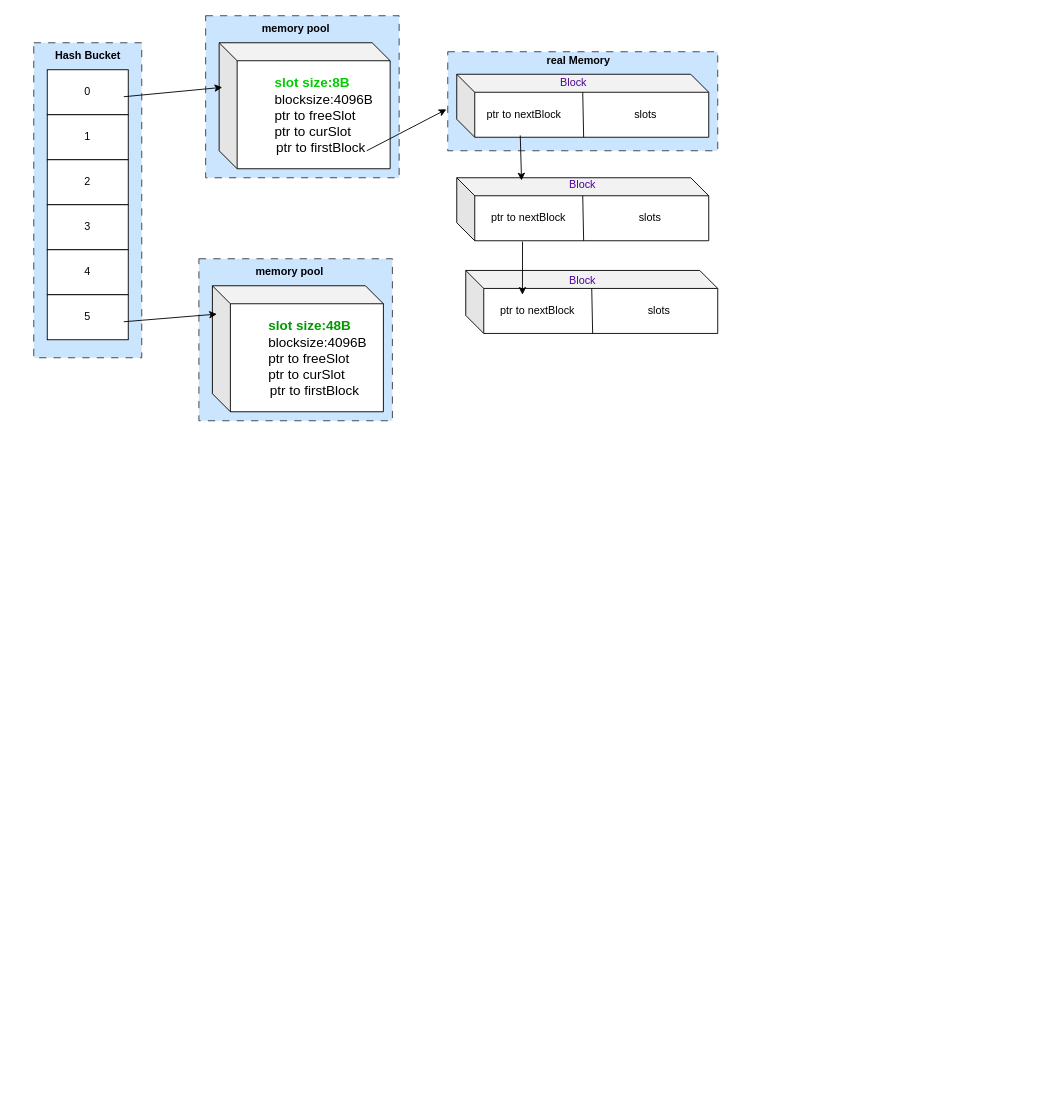
This is 内存池框架.drawio from fanxiaofang/cpp_study, a draw.io file, before an edit. Source tidied: cells renumbered, new cells numbered last; positions are measured from the earlier drawing's top-left corner, leaving out a move shared by most shapes. Both pictures are drawn from the tidied source at 90%, with x=0, y=0 at pixel (33, 15).
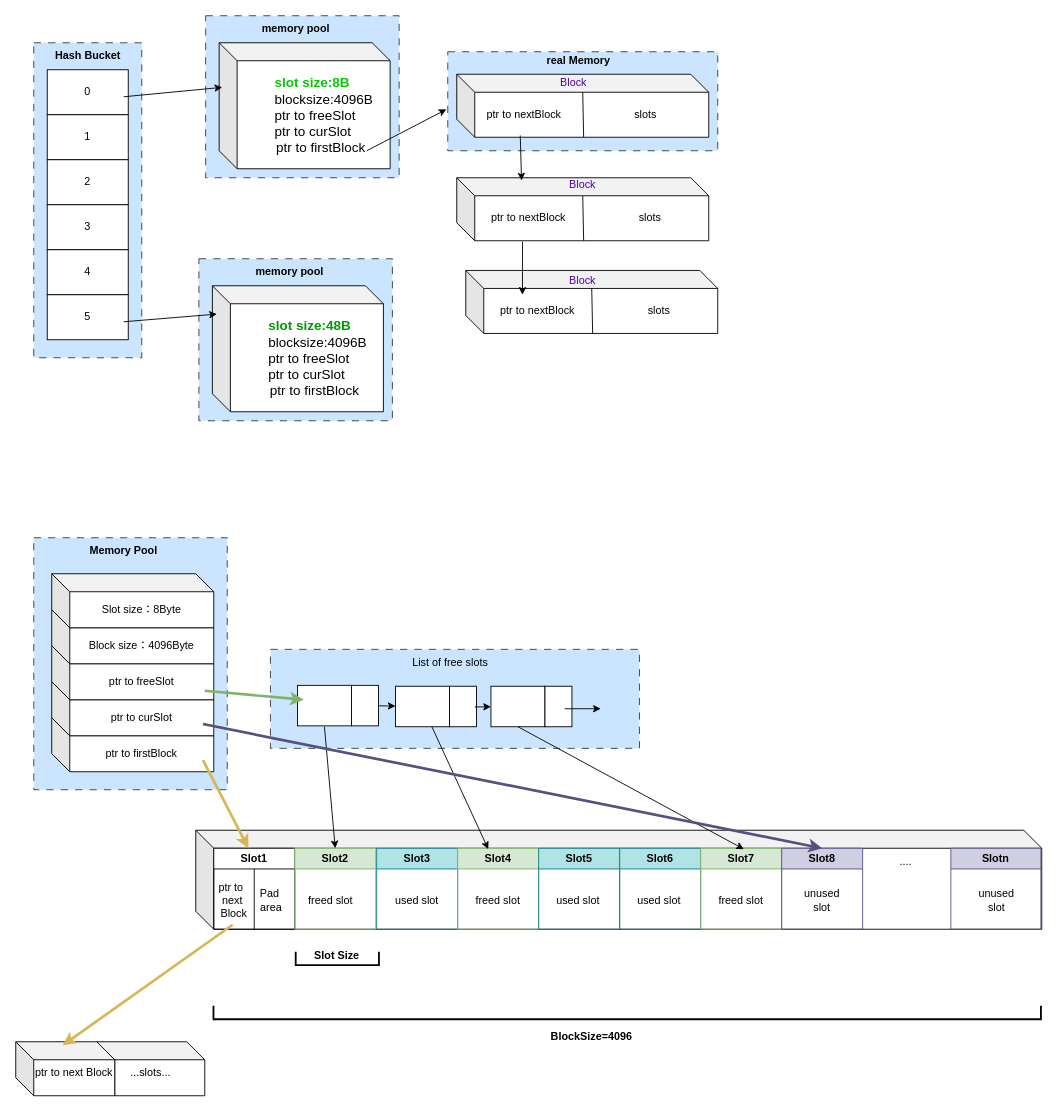
After the change.

Commit message:
Update 内存池框架.drawio

What changed in the source:
```diff
@@
+    <mxCell id="38" style="rounded=0;whiteSpace=wrap;html=1;dashed=1;dashPattern=8 8;strokeColor=#36393d;align=center;verticalAlign=middle;fontFamily=Helvetica;fontSize=12;fillColor=#cce5ff;" parent="1" vertex="1">
+      <mxGeometry y="580" width="215" height="280" as="geometry" />
+    </mxCell>
+    <mxCell id="39" value="ptr to firstBlock" style="shape=cube;whiteSpace=wrap;html=1;boundedLbl=1;backgroundOutline=1;darkOpacity=0.05;darkOpacity2=0.1;" parent="1" vertex="1">
+      <mxGeometry x="20" y="780" width="180" height="60" as="geometry" />
+    </mxCell>
+    <mxCell id="40" value="ptr to curSlot" style="shape=cube;whiteSpace=wrap;html=1;boundedLbl=1;backgroundOutline=1;darkOpacity=0.05;darkOpacity2=0.1;" parent="1" vertex="1">
+      <mxGeometry x="20" y="740" width="180" height="60" as="geometry" />
+    </mxCell>
+    <mxCell id="41" value="ptr to freeSlot" style="shape=cube;whiteSpace=wrap;html=1;boundedLbl=1;backgroundOutline=1;darkOpacity=0.05;darkOpacity2=0.1;" parent="1" vertex="1">
+      <mxGeometry x="20" y="700" width="180" height="60" as="geometry" />
+    </mxCell>
+    <mxCell id="42" value="Block size：4096Byte" style="shape=cube;whiteSpace=wrap;html=1;boundedLbl=1;backgroundOutline=1;darkOpacity=0.05;darkOpacity2=0.1;" parent="1" vertex="1">
+      <mxGeometry x="20" y="660" width="180" height="60" as="geometry" />
+    </mxCell>
+    <mxCell id="43" value="Slot size：8Byte" style="shape=cube;whiteSpace=wrap;html=1;boundedLbl=1;backgroundOutline=1;darkOpacity=0.05;darkOpacity2=0.1;" parent="1" vertex="1">
+      <mxGeometry x="20" y="620" width="180" height="60" as="geometry" />
+    </mxCell>
+    <mxCell id="44" value="Memory Pool" style="text;html=1;align=center;verticalAlign=middle;whiteSpace=wrap;rounded=0;fontStyle=1;" parent="1" vertex="1">
+      <mxGeometry x="60" y="580" width="80" height="30" as="geometry" />
+    </mxCell>
+    <mxCell id="45" style="rounded=0;whiteSpace=wrap;html=1;dashed=1;dashPattern=8 8;strokeColor=#36393d;align=center;verticalAlign=middle;fontFamily=Helvetica;fontSize=12;fillColor=#cce5ff;" parent="1" vertex="1">
+      <mxGeometry x="263" y="704" width="410" height="110" as="geometry" />
+    </mxCell>
+    <mxCell id="46" style="rounded=0;whiteSpace=wrap;html=1;" parent="1" vertex="1">
+      <mxGeometry x="293" y="744" width="60" height="45" as="geometry" />
+    </mxCell>
+    <mxCell id="47" value="List of free slots" style="text;html=1;align=center;verticalAlign=middle;whiteSpace=wrap;rounded=0;" parent="1" vertex="1">
+      <mxGeometry x="413" y="704" width="100" height="30" as="geometry" />
+    </mxCell>
+    <mxCell id="48" style="rounded=0;whiteSpace=wrap;html=1;" parent="1" vertex="1">
+      <mxGeometry x="353" y="744" width="30" height="45" as="geometry" />
+    </mxCell>
+    <mxCell id="49" style="shape=cube;whiteSpace=wrap;html=1;boundedLbl=1;backgroundOutline=1;darkOpacity=0.05;darkOpacity2=0.1;" parent="1" vertex="1">
+      <mxGeometry x="180" y="905" width="940" height="110" as="geometry" />
+    </mxCell>
+    <mxCell id="50" value="Slot1" style="swimlane;whiteSpace=wrap;html=1;" parent="1" vertex="1">
+      <mxGeometry x="200" y="925" width="90" height="90" as="geometry" />
+    </mxCell>
+    <mxCell id="51" value="Slot2" style="swimlane;whiteSpace=wrap;html=1;fillColor=#d5e8d4;strokeColor=#82b366;" parent="1" vertex="1">
+      <mxGeometry x="290" y="925" width="90" height="90" as="geometry" />
+    </mxCell>
+    <mxCell id="52" value="freed slot" style="text;html=1;align=center;verticalAlign=middle;whiteSpace=wrap;rounded=0;" parent="51" vertex="1">
+      <mxGeometry x="10" y="43" width="60" height="30" as="geometry" />
+    </mxCell>
+    <mxCell id="53" value="Slot3" style="swimlane;whiteSpace=wrap;html=1;fillColor=#b0e3e6;strokeColor=#0e8088;" parent="1" vertex="1">
+      <mxGeometry x="381" y="925" width="90" height="90" as="geometry" />
+    </mxCell>
+    <mxCell id="54" value="used slot" style="text;html=1;align=center;verticalAlign=middle;whiteSpace=wrap;rounded=0;" parent="53" vertex="1">
+      <mxGeometry x="15" y="43" width="60" height="30" as="geometry" />
+    </mxCell>
+    <mxCell id="55" value="Slot4" style="swimlane;whiteSpace=wrap;html=1;startSize=23;fillColor=#d5e8d4;strokeColor=#82b366;" parent="1" vertex="1">
+      <mxGeometry x="471" y="925" width="90" height="90" as="geometry" />
+    </mxCell>
+    <mxCell id="56" value="freed slot" style="text;html=1;align=center;verticalAlign=middle;whiteSpace=wrap;rounded=0;" parent="55" vertex="1">
+      <mxGeometry x="15" y="42.5" width="60" height="30" as="geometry" />
+    </mxCell>
+    <mxCell id="57" value="Slot5" style="swimlane;whiteSpace=wrap;html=1;startSize=23;fillColor=#b0e3e6;strokeColor=#0e8088;" parent="1" vertex="1">
+      <mxGeometry x="561" y="925" width="90" height="90" as="geometry" />
+    </mxCell>
+    <mxCell id="58" value="used slot" style="text;html=1;align=center;verticalAlign=middle;whiteSpace=wrap;rounded=0;" parent="57" vertex="1">
+      <mxGeometry x="14" y="42.5" width="60" height="30" as="geometry" />
+    </mxCell>
+    <mxCell id="59" value="Slot6" style="swimlane;whiteSpace=wrap;html=1;startSize=23;fillColor=#b0e3e6;strokeColor=#0e8088;" parent="1" vertex="1">
+      <mxGeometry x="651" y="925" width="90" height="90" as="geometry" />
+    </mxCell>
+    <mxCell id="60" value="used slot" style="text;html=1;align=center;verticalAlign=middle;whiteSpace=wrap;rounded=0;" parent="59" vertex="1">
+      <mxGeometry x="14" y="42.5" width="60" height="30" as="geometry" />
+    </mxCell>
+    <mxCell id="61" value="Slot7" style="swimlane;whiteSpace=wrap;html=1;fillColor=#d5e8d4;strokeColor=#82b366;" parent="1" vertex="1">
+      <mxGeometry x="741" y="925" width="90" height="90" as="geometry" />
+    </mxCell>
+    <mxCell id="62" value="freed slot" style="text;html=1;align=center;verticalAlign=middle;whiteSpace=wrap;rounded=0;" parent="61" vertex="1">
+      <mxGeometry x="15" y="43" width="60" height="30" as="geometry" />
+    </mxCell>
+    <mxCell id="63" value="Slot8" style="swimlane;whiteSpace=wrap;html=1;fillColor=#d0cee2;strokeColor=#56517e;" parent="1" vertex="1">
+      <mxGeometry x="831" y="925" width="90" height="90" as="geometry" />
+    </mxCell>
+    <mxCell id="64" value="Slotn" style="swimlane;whiteSpace=wrap;html=1;fillColor=#d0cee2;strokeColor=#56517e;" parent="1" vertex="1">
+      <mxGeometry x="1019" y="925" width="100" height="90" as="geometry" />
+    </mxCell>
+    <mxCell id="65" value="unused slot" style="text;html=1;align=center;verticalAlign=middle;whiteSpace=wrap;rounded=0;" parent="64" vertex="1">
+      <mxGeometry x="21" y="42.5" width="60" height="30" as="geometry" />
+    </mxCell>
+    <mxCell id="66" value="...." style="text;html=1;align=center;verticalAlign=middle;whiteSpace=wrap;rounded=0;" parent="1" vertex="1">
+      <mxGeometry x="939" y="925" width="60" height="30" as="geometry" />
+    </mxCell>
+    <mxCell id="67" style="rounded=0;whiteSpace=wrap;html=1;" parent="1" vertex="1">
+      <mxGeometry x="402" y="745" width="60" height="45" as="geometry" />
+    </mxCell>
+    <mxCell id="68" style="rounded=0;whiteSpace=wrap;html=1;" parent="1" vertex="1">
+      <mxGeometry x="462" y="745" width="30" height="45" as="geometry" />
+    </mxCell>
+    <mxCell id="69" style="rounded=0;whiteSpace=wrap;html=1;" parent="1" vertex="1">
+      <mxGeometry x="508" y="745" width="60" height="45" as="geometry" />
+    </mxCell>
+    <mxCell id="70" style="rounded=0;whiteSpace=wrap;html=1;" parent="1" vertex="1">
+      <mxGeometry x="568" y="745" width="30" height="45" as="geometry" />
+    </mxCell>
+    <mxCell id="71" style="endArrow=none;html=1;rounded=0;" parent="1" edge="1">
+      <mxGeometry relative="1" as="geometry">
+        <mxPoint x="245" y="1016" as="sourcePoint" />
+        <mxPoint x="245" y="948" as="targetPoint" />
+      </mxGeometry>
+    </mxCell>
+    <mxCell id="72" value="ptr to&amp;nbsp;&lt;div&gt;next&lt;/div&gt;&lt;div&gt;&amp;nbsp;Block&lt;/div&gt;" style="text;html=1;align=center;verticalAlign=middle;whiteSpace=wrap;rounded=0;" parent="1" vertex="1">
+      <mxGeometry x="191" y="955" width="60" height="55" as="geometry" />
+    </mxCell>
+    <mxCell id="73" value="Pad&amp;nbsp;&lt;div&gt;area&lt;/div&gt;" style="text;html=1;align=center;verticalAlign=middle;whiteSpace=wrap;rounded=0;" parent="1" vertex="1">
+      <mxGeometry x="233.5" y="967.5" width="60" height="30" as="geometry" />
+    </mxCell>
+    <mxCell id="74" value="unused slot" style="text;html=1;align=center;verticalAlign=middle;whiteSpace=wrap;rounded=0;" parent="1" vertex="1">
+      <mxGeometry x="846" y="967.5" width="60" height="30" as="geometry" />
+    </mxCell>
+    <mxCell id="75" style="strokeWidth=2;html=1;shape=mxgraph.flowchart.annotation_1;align=left;rotation=-90;" parent="1" vertex="1">
+      <mxGeometry x="329.8" y="1001.2" width="15" height="92.5" as="geometry" />
+    </mxCell>
+    <mxCell id="76" value="&lt;b&gt;Slot Size&lt;/b&gt;" style="text;html=1;align=center;verticalAlign=middle;whiteSpace=wrap;rounded=0;" parent="1" vertex="1">
+      <mxGeometry x="307.2" y="1030" width="60" height="30" as="geometry" />
+    </mxCell>
+    <mxCell id="77" style="strokeWidth=2;html=1;shape=mxgraph.flowchart.annotation_1;align=left;rotation=-90;" parent="1" vertex="1">
+      <mxGeometry x="651.9" y="647.8" width="15" height="919.4" as="geometry" />
+    </mxCell>
+    <mxCell id="78" value="&lt;b&gt;BlockSize=4096&lt;/b&gt;" style="text;html=1;align=center;verticalAlign=middle;whiteSpace=wrap;rounded=0;" parent="1" vertex="1">
+      <mxGeometry x="590" y="1120" width="60" height="30" as="geometry" />
+    </mxCell>
+    <mxCell id="79" style="endArrow=classic;html=1;rounded=0;entryX=0.117;entryY=0.356;entryDx=0;entryDy=0;entryPerimeter=0;fillColor=#d5e8d4;strokeColor=#82b366;strokeWidth=3;" parent="1" edge="1" target="46">
+      <mxGeometry relative="1" as="geometry">
+        <mxPoint x="190" y="750" as="sourcePoint" />
+      </mxGeometry>
+    </mxCell>
+    <mxCell id="80" style="endArrow=classic;html=1;rounded=0;entryX=0.5;entryY=0;entryDx=0;entryDy=0;" parent="1" edge="1" target="51">
+      <mxGeometry relative="1" as="geometry">
+        <mxPoint x="323" y="790" as="sourcePoint" />
+      </mxGeometry>
+    </mxCell>
+    <mxCell id="81" style="endArrow=classic;html=1;rounded=0;" parent="1" edge="1" source="48" target="67">
+      <mxGeometry relative="1" as="geometry" />
+    </mxCell>
+    <mxCell id="82" style="endArrow=classic;html=1;rounded=0;entryX=0.5;entryY=0;entryDx=0;entryDy=0;" parent="1" edge="1" source="67">
+      <mxGeometry relative="1" as="geometry">
+        <mxPoint x="505" y="926" as="targetPoint" />
+      </mxGeometry>
+    </mxCell>
+    <mxCell id="83" style="endArrow=classic;html=1;rounded=0;entryX=0.5;entryY=0;entryDx=0;entryDy=0;exitX=0.5;exitY=1;exitDx=0;exitDy=0;" parent="1" edge="1" source="69">
+      <mxGeometry relative="1" as="geometry">
+        <mxPoint x="789" y="926" as="targetPoint" />
+      </mxGeometry>
+    </mxCell>
+    <mxCell id="84" style="endArrow=classic;html=1;rounded=0;" parent="1" edge="1" target="69">
+      <mxGeometry relative="1" as="geometry">
+        <mxPoint x="490" y="768" as="sourcePoint" />
+      </mxGeometry>
+    </mxCell>
+    <mxCell id="85" style="endArrow=classic;html=1;rounded=0;" parent="1" edge="1">
+      <mxGeometry relative="1" as="geometry">
+        <mxPoint x="590" y="770" as="sourcePoint" />
+        <mxPoint x="630" y="770" as="targetPoint" />
+      </mxGeometry>
+    </mxCell>
+    <mxCell id="86" style="endArrow=classic;html=1;rounded=0;entryX=0.5;entryY=0;entryDx=0;entryDy=0;fillColor=#d0cee2;strokeColor=#56517e;strokeWidth=3;" parent="1" edge="1" target="63">
+      <mxGeometry relative="1" as="geometry">
+        <mxPoint x="188" y="787" as="sourcePoint" />
+      </mxGeometry>
+    </mxCell>
+    <mxCell id="87" style="endArrow=classic;html=1;rounded=0;entryX=0.428;entryY=0;entryDx=0;entryDy=0;entryPerimeter=0;fillColor=#fff2cc;strokeColor=#d6b656;strokeWidth=3;gradientColor=#ffd966;" parent="1" edge="1" target="50">
+      <mxGeometry relative="1" as="geometry">
+        <mxPoint x="188" y="827" as="sourcePoint" />
+      </mxGeometry>
+    </mxCell>
+    <mxCell id="88" style="shape=cube;whiteSpace=wrap;html=1;boundedLbl=1;backgroundOutline=1;darkOpacity=0.05;darkOpacity2=0.1;" parent="1" vertex="1">
+      <mxGeometry x="70" y="1140" width="120" height="60" as="geometry" />
+    </mxCell>
+    <mxCell id="89" style="shape=cube;whiteSpace=wrap;html=1;boundedLbl=1;backgroundOutline=1;darkOpacity=0.05;darkOpacity2=0.1;" parent="1" vertex="1">
+      <mxGeometry x="-20" y="1140" width="110" height="60" as="geometry" />
+    </mxCell>
+    <mxCell id="90" value="ptr to next Block" style="text;html=1;align=center;verticalAlign=middle;whiteSpace=wrap;rounded=0;" parent="1" vertex="1">
+      <mxGeometry y="1160" width="90" height="30" as="geometry" />
+    </mxCell>
+    <mxCell id="91" value="...slots..." style="text;html=1;align=center;verticalAlign=middle;whiteSpace=wrap;rounded=0;" parent="1" vertex="1">
+      <mxGeometry x="100" y="1160" width="60" height="30" as="geometry" />
+    </mxCell>
+    <mxCell id="92" style="endArrow=classic;html=1;rounded=0;entryX=0.473;entryY=0.067;entryDx=0;entryDy=0;entryPerimeter=0;fillColor=#fff2cc;strokeColor=#d6b656;strokeWidth=3;exitX=0.5;exitY=1;exitDx=0;exitDy=0;gradientColor=#ffd966;" parent="1" edge="1" source="72" target="89">
+      <mxGeometry relative="1" as="geometry" />
+    </mxCell>
```
